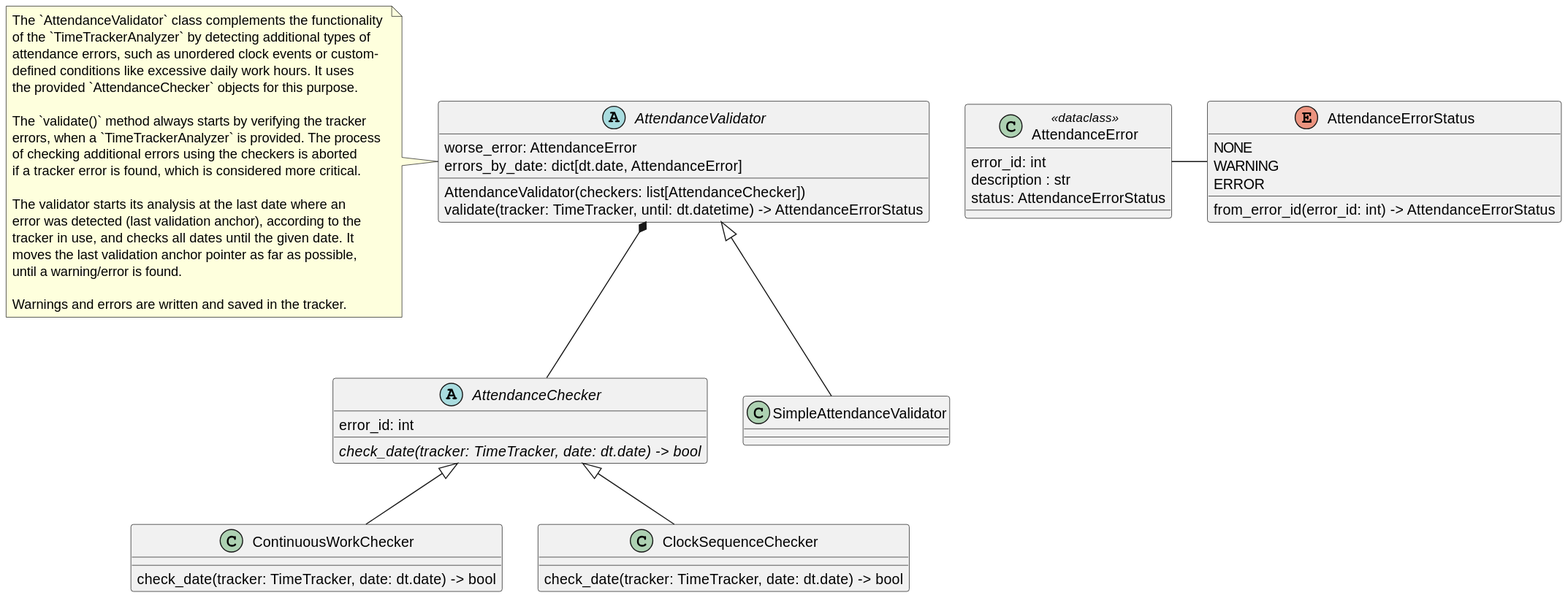
Before: doc/attendance_validation.svg, a diagram exported from PlantUML (Mecacerf/TeamBridge).
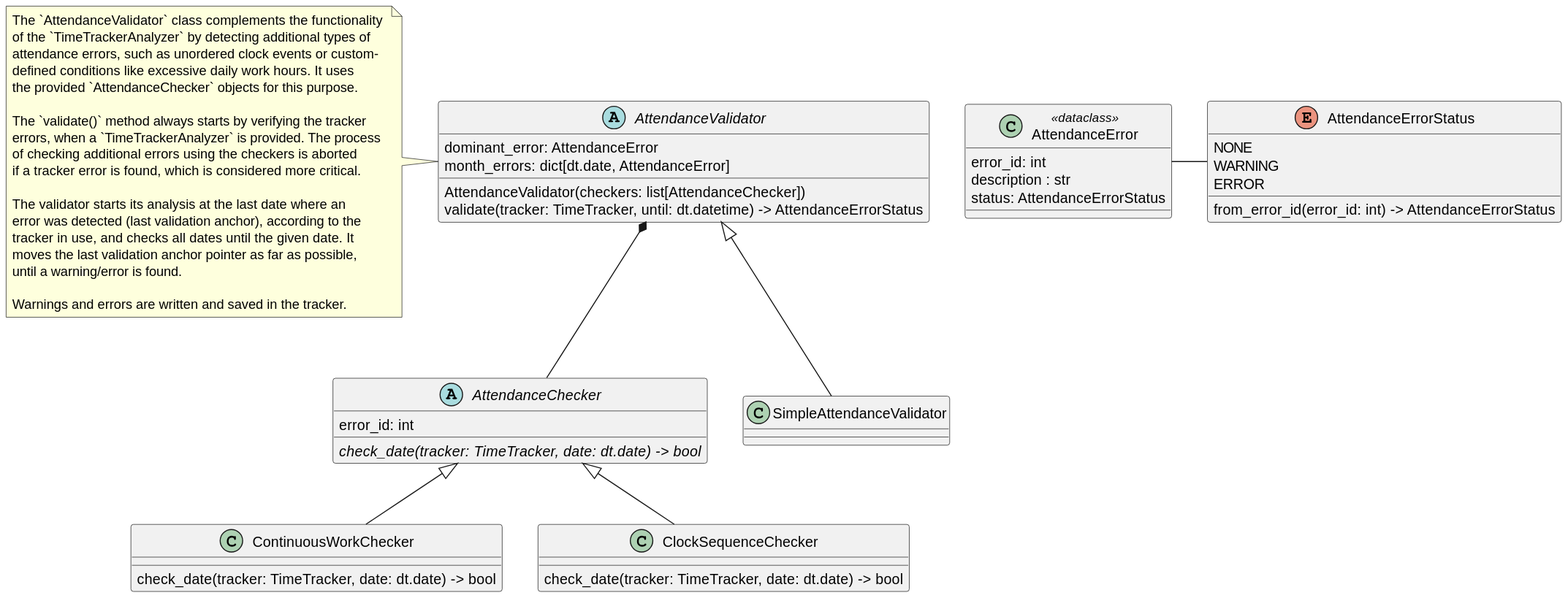
Later version of the same file.

Commit message:
feat: choose the errors reading range + some optimization

The edit, as a diff of the source:
```diff
@@ -33,8 +33,8 @@
 ClockSequenceChecker -u-|> AttendanceChecker
 
 abstract class "AttendanceValidator" {
-  worse_error: AttendanceError
-  errors_by_date: dict[dt.date, AttendanceError]
+  dominant_error: AttendanceError
+  month_errors: dict[dt.date, AttendanceError]
   AttendanceValidator(checkers: list[AttendanceChecker])
   validate(tracker: TimeTracker, until: dt.datetime) -> AttendanceErrorStatus
 }
```
